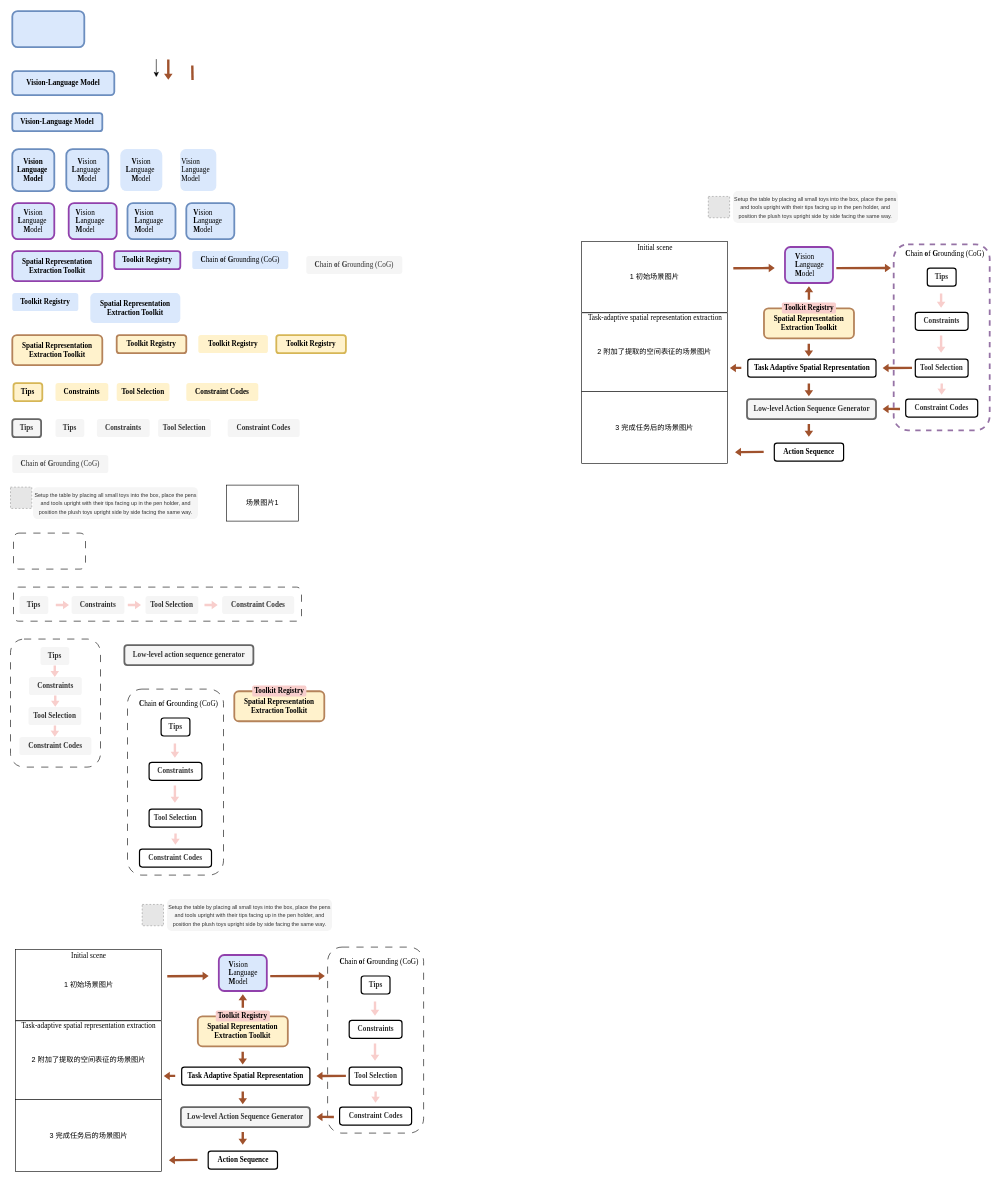
The draw.io diagram taki.drawio in AnonAnonAnonAnonAnon/Figure_live, before the edit. Source tidied: cells renumbered, new cells numbered last; positions are measured from the earlier drawing's top-left corner, leaving out a move shared by most shapes. Both pictures are drawn from the tidied source at 60%, with x=0, y=0 at pixel (10, 11). Pictures stored in the file or linked from it are replaced by grey dashed boxes.
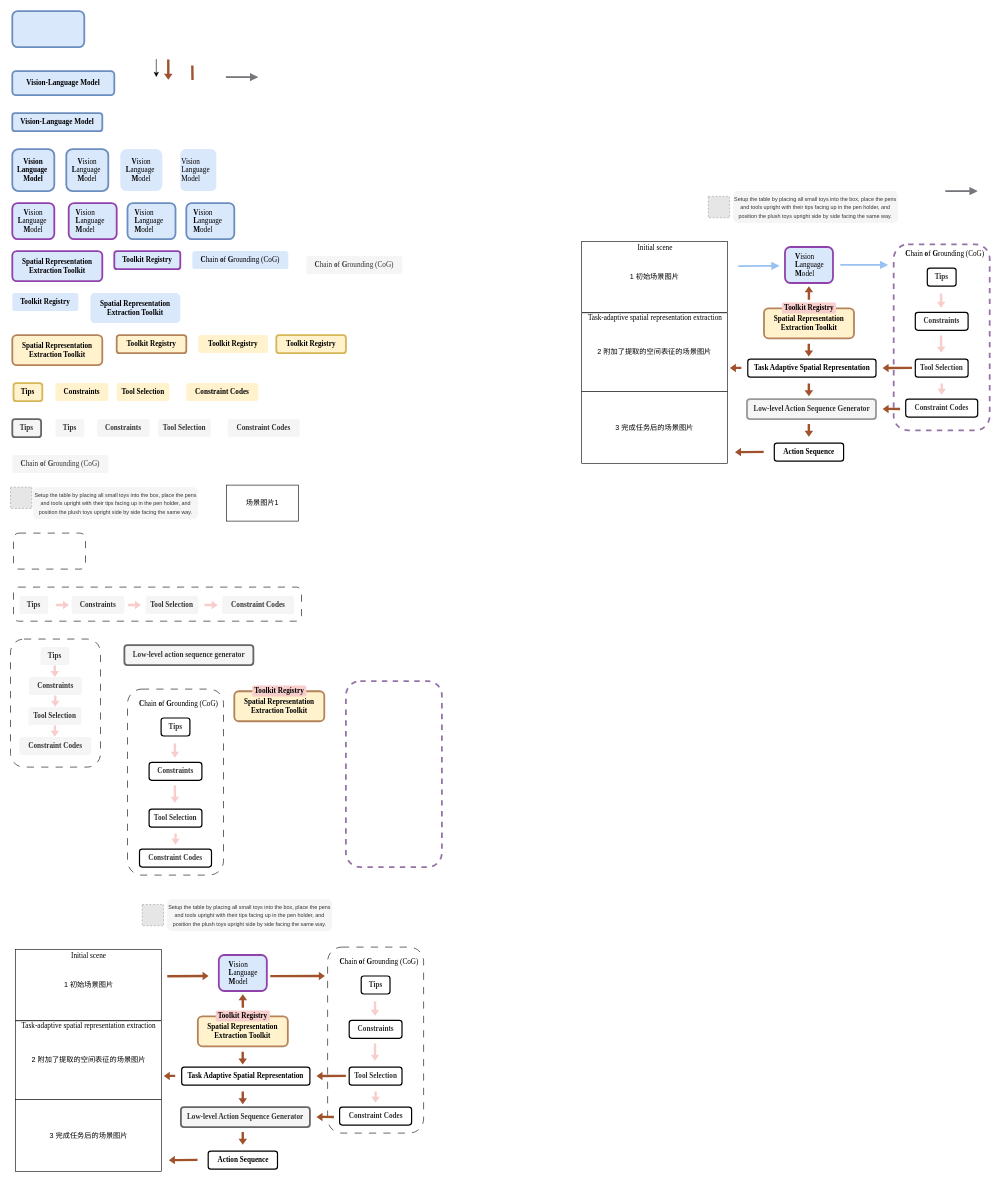
The same diagram, later.

Change to the diagram source:
```diff
@@
-    <mxCell id="77" style="shape=flexArrow;endArrow=classic;html=1;rounded=0;fillColor=#a0522d;strokeColor=none;targetPerimeterSpacing=0;endSize=3;startSize=6;endWidth=9.2;width=4;shadow=0;" parent="1" edge="1">
-      <mxGeometry relative="1" as="geometry">
-        <mxPoint x="1375.9" y="428.3" as="sourcePoint" />
-        <mxPoint x="1467.9" y="428.2" as="targetPoint" />
-      </mxGeometry>
-    </mxCell>
@@
-    <mxCell id="80" value="&lt;font face=&quot;Times New Roman&quot;&gt;&lt;b&gt;Low-level Action Sequence Generator&lt;/b&gt;&lt;/font&gt;" style="rounded=1;whiteSpace=wrap;html=1;strokeWidth=3;fillColor=#f5f5f5;strokeColor=#666666;align=center;fontColor=#333333;" parent="1" vertex="1">
+    <mxCell id="80" value="&lt;font face=&quot;Times New Roman&quot;&gt;&lt;b&gt;Low-level Action Sequence Generator&lt;/b&gt;&lt;/font&gt;" style="rounded=1;whiteSpace=wrap;html=1;strokeWidth=3;fillColor=#f5f5f5;strokeColor=light-dark(#9a9996, #959595);align=center;fontColor=#333333;" parent="1" vertex="1">
       <mxGeometry x="1227.5" y="646.6" width="215" height="33.4" as="geometry" />
     </mxCell>
@@
-    <mxCell id="101" style="shape=flexArrow;endArrow=classic;html=1;rounded=0;fillColor=#a0522d;strokeColor=none;targetPerimeterSpacing=0;endSize=3;startSize=6;endWidth=9.2;width=4;shadow=0;" parent="1" edge="1">
-      <mxGeometry relative="1" as="geometry">
-        <mxPoint x="1204.2" y="428.7" as="sourcePoint" />
-        <mxPoint x="1274.2" y="428.2" as="targetPoint" />
-      </mxGeometry>
-    </mxCell>
@@
+    <mxCell id="137" style="rounded=1;whiteSpace=wrap;html=1;fillColor=none;dashed=1;strokeColor=#9673a6;strokeWidth=3;" parent="1" vertex="1">
+      <mxGeometry x="559" y="1116.6" width="160" height="310" as="geometry" />
+    </mxCell>
+    <mxCell id="138" style="endArrow=block;html=1;rounded=0;curved=1;endFill=1;strokeWidth=3;strokeColor=light-dark(#77767b, #ededed);" parent="1" edge="1">
+      <mxGeometry relative="1" as="geometry">
+        <mxPoint x="1558" y="300" as="sourcePoint" />
+        <mxPoint x="1612" y="300" as="targetPoint" />
+      </mxGeometry>
+    </mxCell>
+    <mxCell id="139" style="endArrow=block;html=1;rounded=0;curved=1;endFill=1;strokeWidth=3;strokeColor=light-dark(#77767b, #ededed);" parent="1" edge="1">
+      <mxGeometry relative="1" as="geometry">
+        <mxPoint x="359" y="110" as="sourcePoint" />
+        <mxPoint x="413" y="110" as="targetPoint" />
+      </mxGeometry>
+    </mxCell>
+    <mxCell id="140" style="endArrow=block;html=1;rounded=0;curved=1;endFill=1;strokeWidth=3;strokeColor=light-dark(#99c1f1, #436697);fillColor=#cce5ff;" parent="1" edge="1">
+      <mxGeometry relative="1" as="geometry">
+        <mxPoint x="1383" y="422.9" as="sourcePoint" />
+        <mxPoint x="1463" y="423" as="targetPoint" />
+      </mxGeometry>
+    </mxCell>
+    <mxCell id="141" style="endArrow=block;html=1;rounded=0;curved=1;endFill=1;strokeWidth=3;strokeColor=light-dark(#99c1f1, #436697);fillColor=#cce5ff;" parent="1" edge="1">
+      <mxGeometry relative="1" as="geometry">
+        <mxPoint x="1213" y="424.9" as="sourcePoint" />
+        <mxPoint x="1281.8" y="424.6" as="targetPoint" />
+      </mxGeometry>
+    </mxCell>
```
